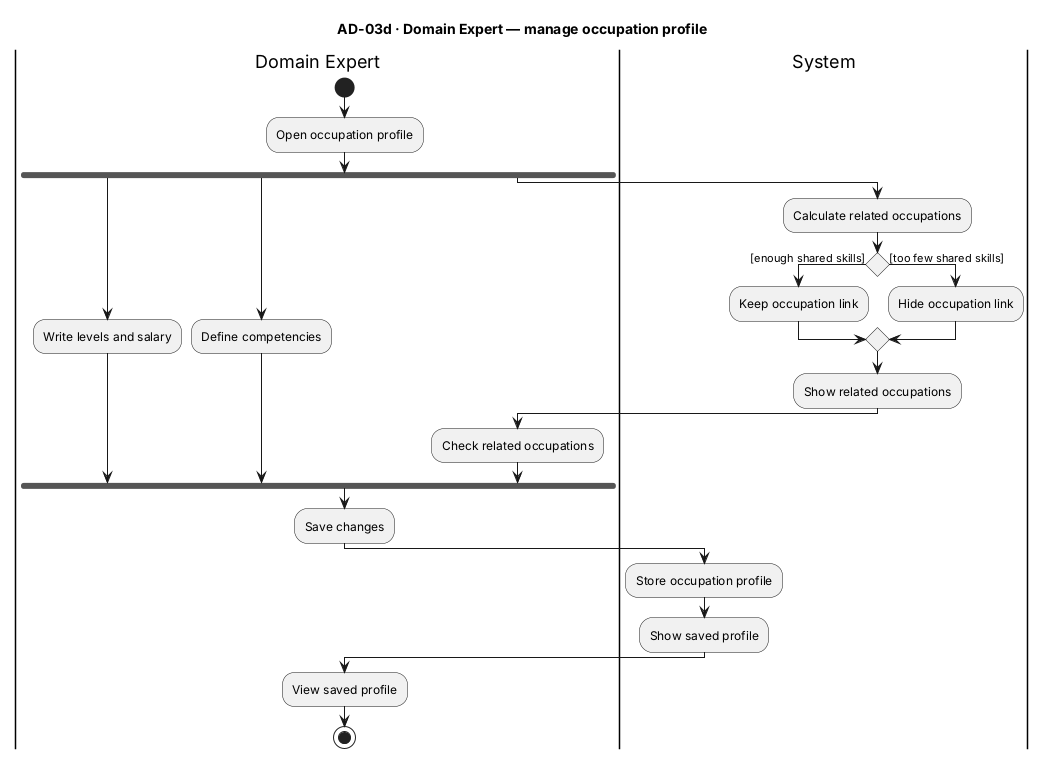
The PlantUML diagram reports/2026-10-16_ch1-5/figures/AD-03d_DomainExpert_ManageOccupationProfile.png in The-Golden-Trio/Capstone-Project, before a commit.
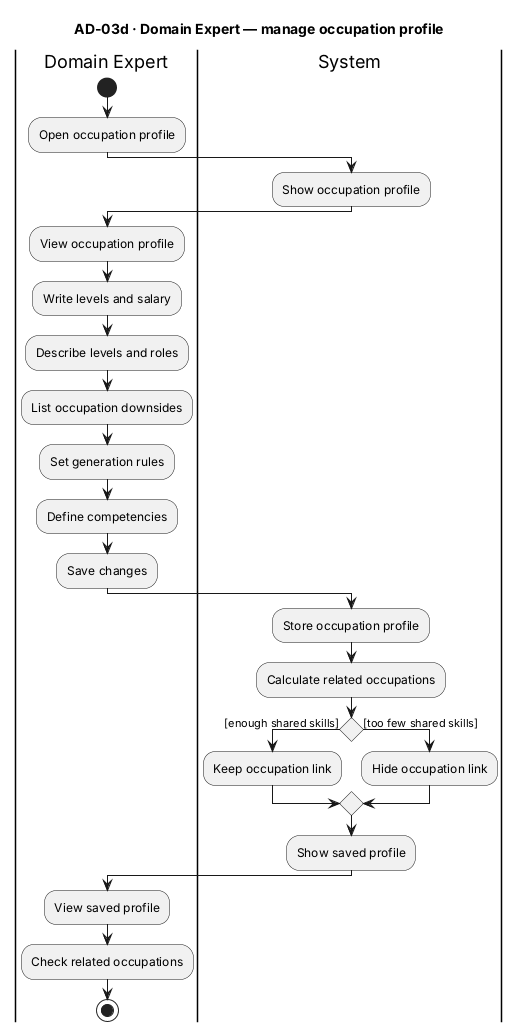
After the commit.

Change to the diagram source:
```diff
@@ -7,27 +7,27 @@
 |Domain Expert|
 start
 :Open occupation profile;
-fork
-  :Write levels and salary;
-fork again
-  :Define competencies;
-fork again
-  |System|
-  :Calculate related occupations;
-  if () then ([enough shared skills])
-    :Keep occupation link;
-  else ([too few shared skills])
-    :Hide occupation link;
-  endif
-  :Show related occupations;
-  |Domain Expert|
-  :Check related occupations;
-end fork
+|System|
+:Show occupation profile;
+|Domain Expert|
+:View occupation profile;
+:Write levels and salary;
+:Describe levels and roles;
+:List occupation downsides;
+:Set generation rules;
+:Define competencies;
 :Save changes;
 |System|
 :Store occupation profile;
+:Calculate related occupations;
+if () then ([enough shared skills])
+  :Keep occupation link;
+else ([too few shared skills])
+  :Hide occupation link;
+endif
 :Show saved profile;
 |Domain Expert|
 :View saved profile;
+:Check related occupations;
 stop
 @enduml
```
